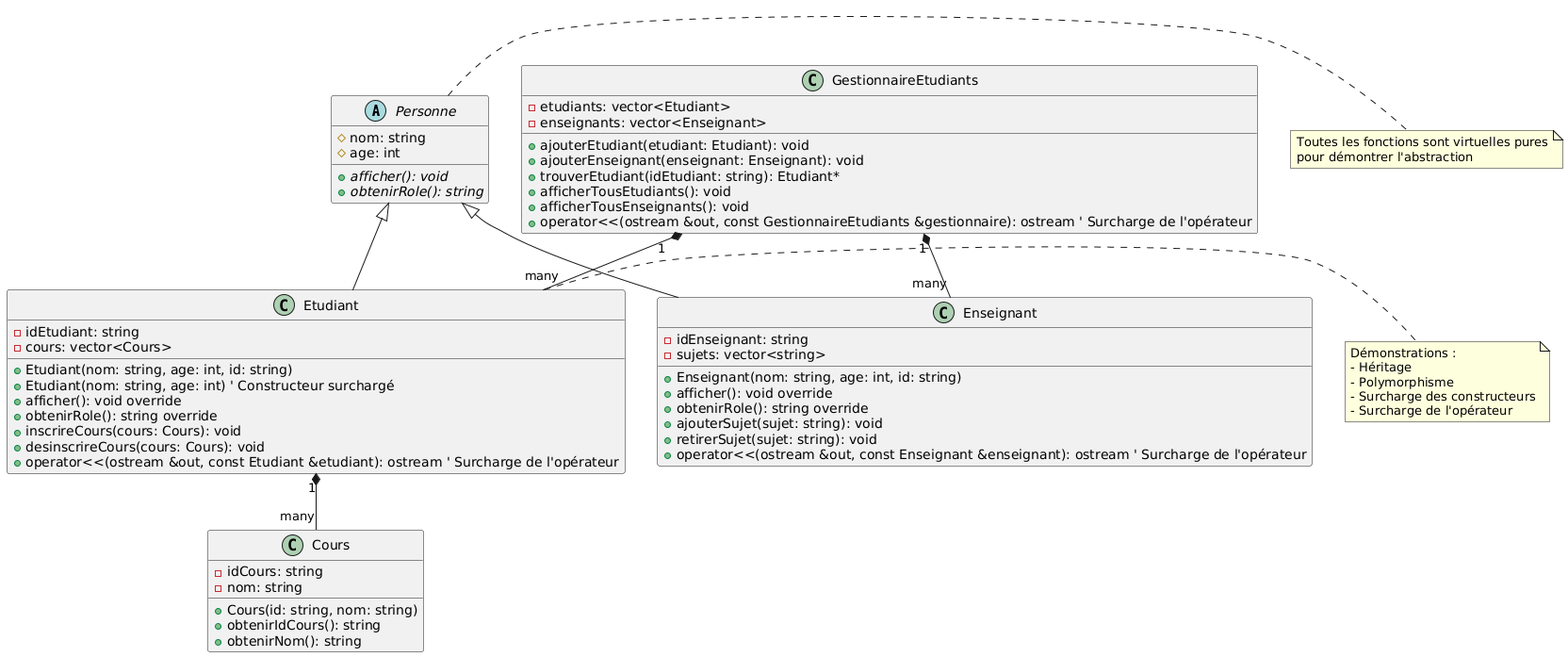
This is UML.png from Ramiu88/student-manager, a PlantUML export, as it was before one commit.
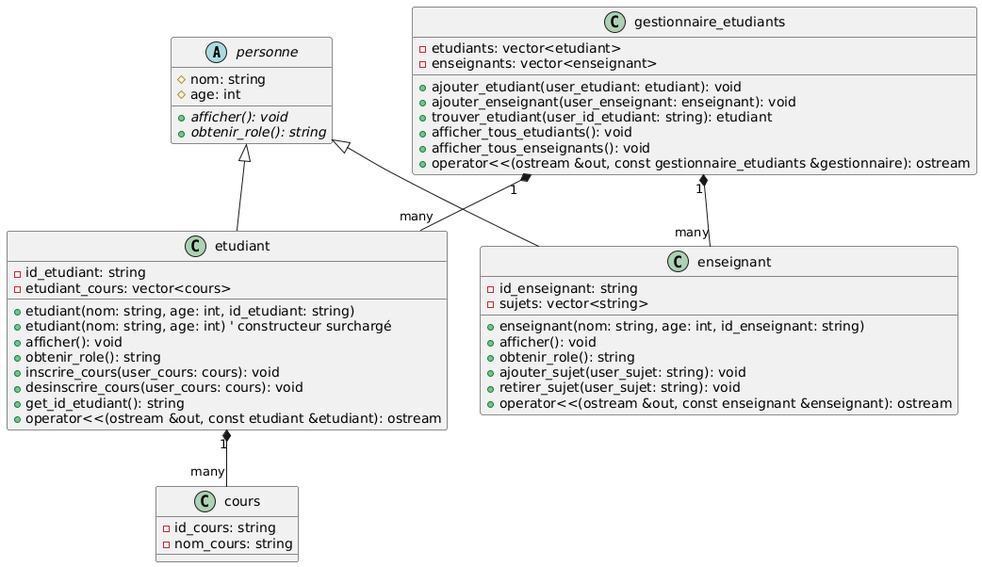
After the commit.

Change to the diagram source:
```diff
@@ -1,69 +1,54 @@
 @startuml
-abstract class Personne {
+abstract class personne {
   # nom: string
   # age: int
   + {abstract} afficher(): void
-  + {abstract} obtenirRole(): string
+  + {abstract} obtenir_role(): string
 }
 
-class Etudiant {
-  - idEtudiant: string
-  - cours: vector<Cours>
-  + Etudiant(nom: string, age: int, id: string)
-  + Etudiant(nom: string, age: int) ' Constructeur surchargé
-  + afficher(): void override
-  + obtenirRole(): string override
-  + inscrireCours(cours: Cours): void
-  + desinscrireCours(cours: Cours): void
-  + operator<<(ostream &out, const Etudiant &etudiant): ostream ' Surcharge de l'opérateur
+class cours {
+  - id_cours: string
+  - nom_cours: string
 }
 
-class Enseignant {
-  - idEnseignant: string
-  - sujets: vector<string>
-  + Enseignant(nom: string, age: int, id: string)
-  + afficher(): void override
-  + obtenirRole(): string override
-  + ajouterSujet(sujet: string): void
-  + retirerSujet(sujet: string): void
-  + operator<<(ostream &out, const Enseignant &enseignant): ostream ' Surcharge de l'opérateur
+class etudiant {
+  - id_etudiant: string
+  - etudiant_cours: vector<cours>
+  + etudiant(nom: string, age: int, id_etudiant: string)
+  + etudiant(nom: string, age: int) ' constructeur surchargé
+  + afficher(): void
+  + obtenir_role(): string
+  + inscrire_cours(user_cours: cours): void
+  + desinscrire_cours(user_cours: cours): void
+  + get_id_etudiant(): string
+  + operator<<(ostream &out, const etudiant &etudiant): ostream
 }
 
-class Cours {
-  - idCours: string
-  - nom: string
-  + Cours(id: string, nom: string)
-  + obtenirIdCours(): string
-  + obtenirNom(): string
+class enseignant {
+  - id_enseignant: string
+  - sujets: vector<string>
+  + enseignant(nom: string, age: int, id_enseignant: string)
+  + afficher(): void
+  + obtenir_role(): string
+  + ajouter_sujet(user_sujet: string): void
+  + retirer_sujet(user_sujet: string): void
+  + operator<<(ostream &out, const enseignant &enseignant): ostream
 }
 
-class GestionnaireEtudiants {
-  - etudiants: vector<Etudiant>
-  - enseignants: vector<Enseignant>
-  + ajouterEtudiant(etudiant: Etudiant): void
-  + ajouterEnseignant(enseignant: Enseignant): void
-  + trouverEtudiant(idEtudiant: string): Etudiant*
-  + afficherTousEtudiants(): void
-  + afficherTousEnseignants(): void
-  + operator<<(ostream &out, const GestionnaireEtudiants &gestionnaire): ostream ' Surcharge de l'opérateur
+class gestionnaire_etudiants {
+  - etudiants: vector<etudiant>
+  - enseignants: vector<enseignant>
+  + ajouter_etudiant(user_etudiant: etudiant): void
+  + ajouter_enseignant(user_enseignant: enseignant): void
+  + trouver_etudiant(user_id_etudiant: string): etudiant
+  + afficher_tous_etudiants(): void
+  + afficher_tous_enseignants(): void
+  + operator<<(ostream &out, const gestionnaire_etudiants &gestionnaire): ostream
 }
 
-Personne <|-- Etudiant
-Personne <|-- Enseignant
-GestionnaireEtudiants "1" *-- "many" Etudiant
-GestionnaireEtudiants "1" *-- "many" Enseignant
-Etudiant "1" *-- "many" Cours
-
-note right of Personne
-  Toutes les fonctions sont virtuelles pures
-  pour démontrer l'abstraction
-end note
-
-note right of Etudiant
-  Démonstrations :
-  - Héritage
-  - Polymorphisme
-  - Surcharge des constructeurs
-  - Surcharge de l'opérateur
-end note
+personne <|-- etudiant
+personne <|-- enseignant
+gestionnaire_etudiants "1" *-- "many" etudiant
+gestionnaire_etudiants "1" *-- "many" enseignant
+etudiant "1" *-- "many" cours
 @enduml
```
